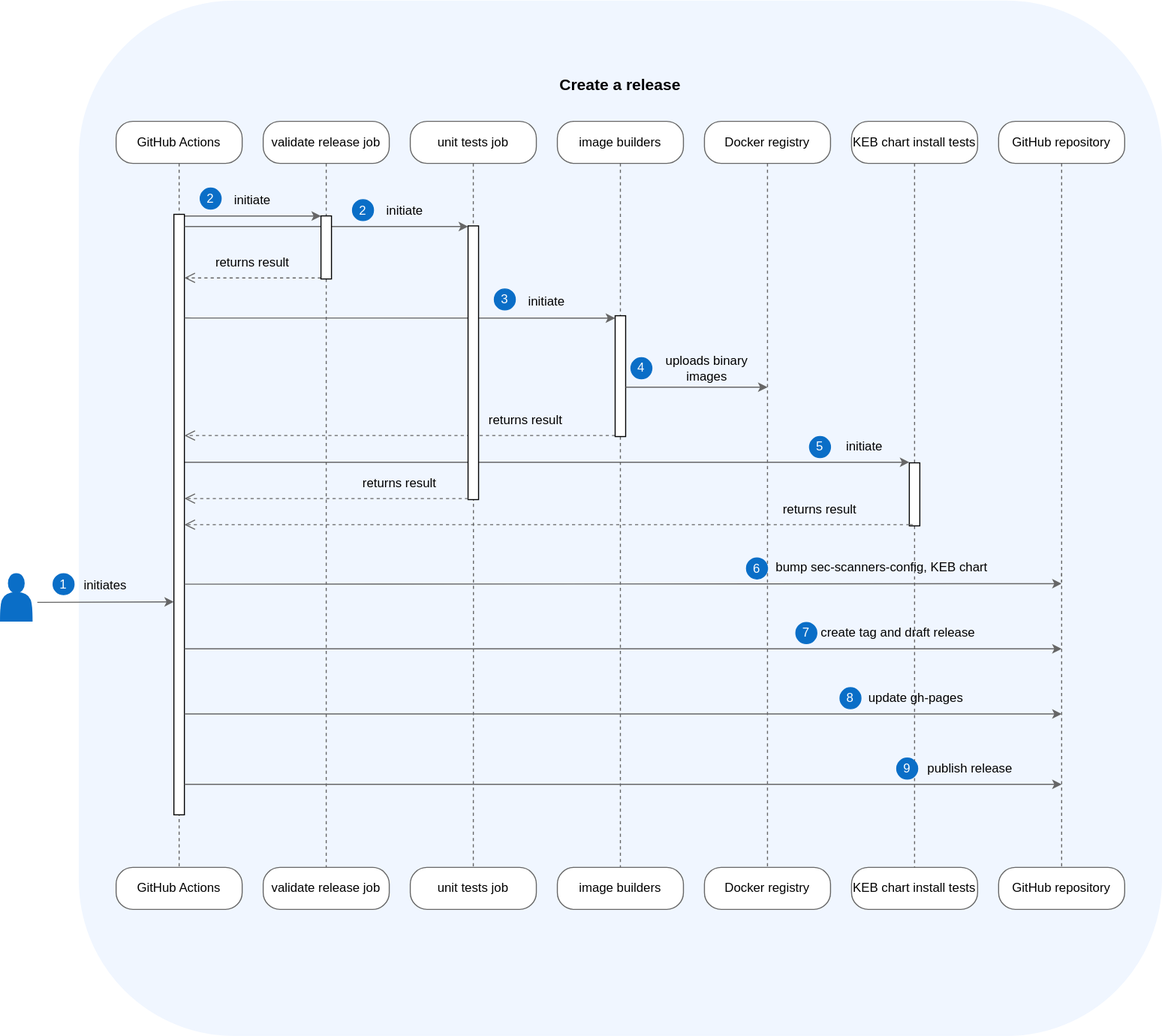
This is docs/assets/release.drawio.svg from kyma-project/kyma-environment-broker, a draw.io export, as it was before one commit. Source tidied: cells renumbered, new cells last; positions are measured from the earlier drawing's top-left corner, leaving out a move shared by most shapes.
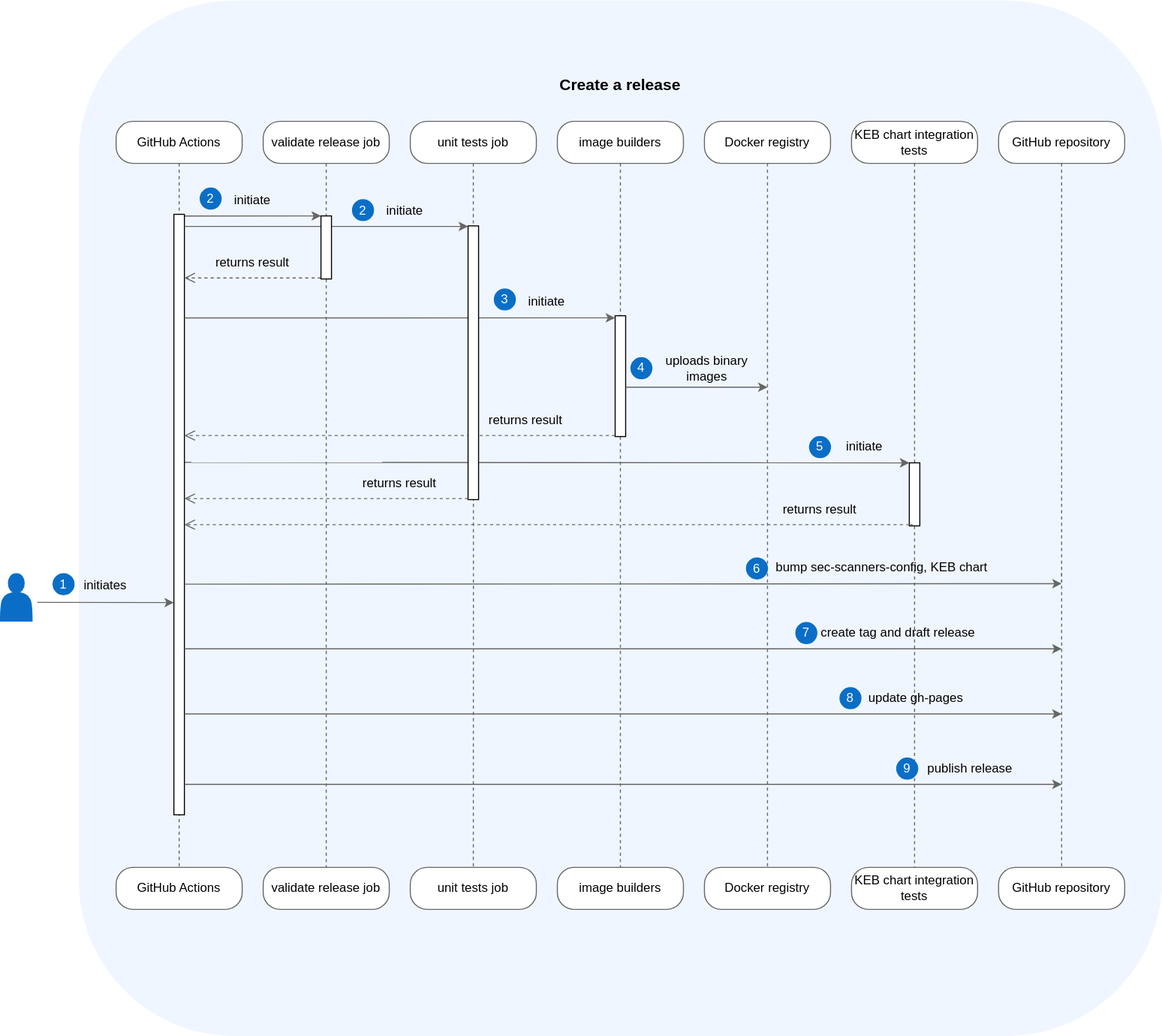
After the change.

Change to the diagram source:
```diff
@@ -29,10 +29,10 @@
     <mxCell id="8" value="Docker registry" style="rounded=1;whiteSpace=wrap;html=1;arcSize=40;fontColor=#000000;fillColor=#FFFFFF;strokeColor=#666666;" parent="1" vertex="1">
       <mxGeometry x="670" y="824" width="120" height="40" as="geometry" />
     </mxCell>
-    <mxCell id="9" value="KEB chart install tests" style="rounded=1;whiteSpace=wrap;html=1;arcSize=40;fontColor=#000000;fillColor=#FFFFFF;strokeColor=#666666;" parent="1" vertex="1">
+    <mxCell id="9" value="KEB chart integration tests" style="rounded=1;whiteSpace=wrap;html=1;arcSize=40;fontColor=#000000;fillColor=#FFFFFF;strokeColor=#666666;" parent="1" vertex="1">
       <mxGeometry x="810" y="114" width="120" height="40" as="geometry" />
     </mxCell>
-    <mxCell id="10" value="KEB chart install tests" style="rounded=1;whiteSpace=wrap;html=1;arcSize=40;fontColor=#000000;fillColor=#FFFFFF;strokeColor=#666666;" parent="1" vertex="1">
+    <mxCell id="10" value="KEB chart integration tests" style="rounded=1;whiteSpace=wrap;html=1;arcSize=40;fontColor=#000000;fillColor=#FFFFFF;strokeColor=#666666;" parent="1" vertex="1">
       <mxGeometry x="810" y="824" width="120" height="40" as="geometry" />
     </mxCell>
     <mxCell id="11" value="&lt;div&gt;GitHub repository&lt;br&gt;&lt;/div&gt;" style="rounded=1;whiteSpace=wrap;html=1;arcSize=40;fontColor=#000000;fillColor=#FFFFFF;strokeColor=#666666;" parent="1" vertex="1">
```
